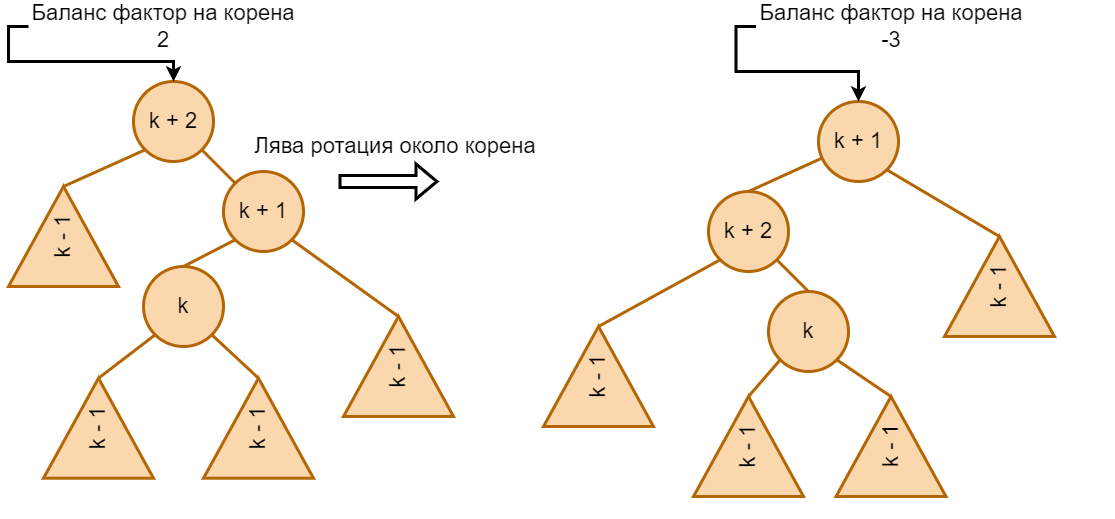
This is Seminar10/media/avl-disbalance-1.png from stoychoX/Data-structures-and-algorithms, a draw.io export, as it was before one commit. Source tidied: cells renumbered, new cells last; positions are measured from the earlier drawing's top-left corner, leaving out a move shared by most shapes.
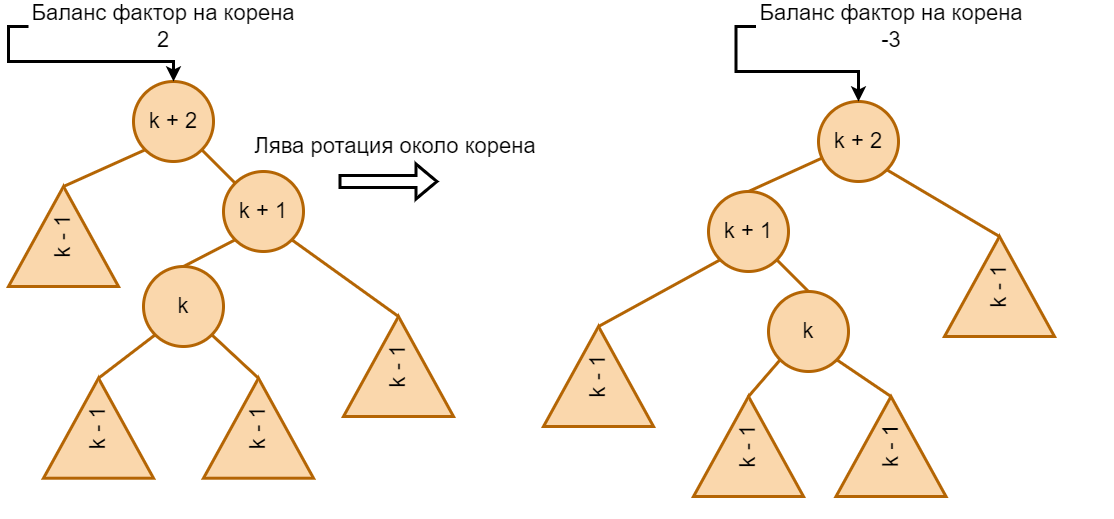
After the change.

What changed in the source:
```diff
@@ -65,13 +65,13 @@
     <mxCell id="21" style="group;" parent="20" vertex="1">
       <mxGeometry y="70" width="381" height="305" as="geometry" />
     </mxCell>
-    <mxCell id="22" value="&lt;font style=&quot;font-size: 22px;&quot;&gt;k + 1&lt;/font&gt;" style="ellipse;whiteSpace=wrap;html=1;strokeWidth=3;fillColor=#fad7ac;strokeColor=#b46504;" parent="21" vertex="1">
+    <mxCell id="22" value="&lt;font style=&quot;font-size: 22px;&quot;&gt;k + 2&lt;/font&gt;" style="ellipse;whiteSpace=wrap;html=1;strokeWidth=3;fillColor=#fad7ac;strokeColor=#b46504;" parent="21" vertex="1">
       <mxGeometry x="150" y="-20" width="80" height="80" as="geometry" />
     </mxCell>
     <mxCell id="23" value="&lt;font style=&quot;font-size: 22px;&quot;&gt;k&lt;br&gt;&lt;/font&gt;" style="ellipse;whiteSpace=wrap;html=1;strokeWidth=3;fillColor=#fad7ac;strokeColor=#b46504;" parent="21" vertex="1">
       <mxGeometry x="100" y="170" width="80" height="80" as="geometry" />
     </mxCell>
-    <mxCell id="24" value="&lt;font style=&quot;font-size: 22px;&quot;&gt;k + 2&lt;/font&gt;" style="ellipse;whiteSpace=wrap;html=1;strokeWidth=3;fillColor=#fad7ac;strokeColor=#b46504;" parent="21" vertex="1">
+    <mxCell id="24" value="&lt;font style=&quot;font-size: 22px;&quot;&gt;k + 1&lt;/font&gt;" style="ellipse;whiteSpace=wrap;html=1;strokeWidth=3;fillColor=#fad7ac;strokeColor=#b46504;" parent="21" vertex="1">
       <mxGeometry x="40" y="70" width="80" height="80" as="geometry" />
     </mxCell>
     <mxCell id="25" style="endArrow=none;html=1;rounded=0;entryX=1;entryY=1;entryDx=0;entryDy=0;exitX=0.5;exitY=0;exitDx=0;exitDy=0;strokeWidth=3;fillColor=#fad7ac;strokeColor=#b46504;" parent="21" edge="1" source="23" target="24">
```
